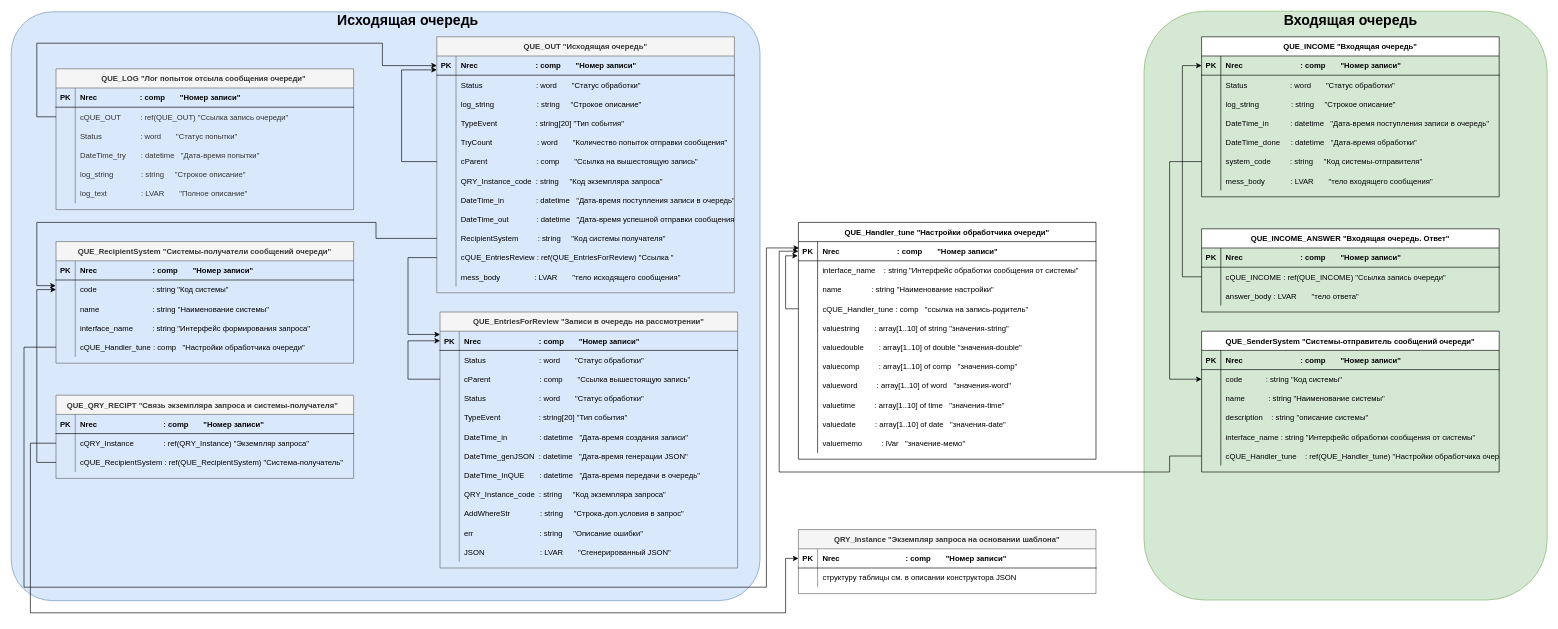
LapushkovDV/sng keeps this draw.io diagram as SNG_QUE/docs/Структура таблиц и взаимосвязь.drawio. Above is the earlier version. Source tidied: cells renumbered, new cells numbered last; positions are measured from the earlier drawing's top-left corner, leaving out a move shared by most shapes. Both pictures are drawn from the tidied source at 64%, with x=0, y=0 at pixel (11, 11).
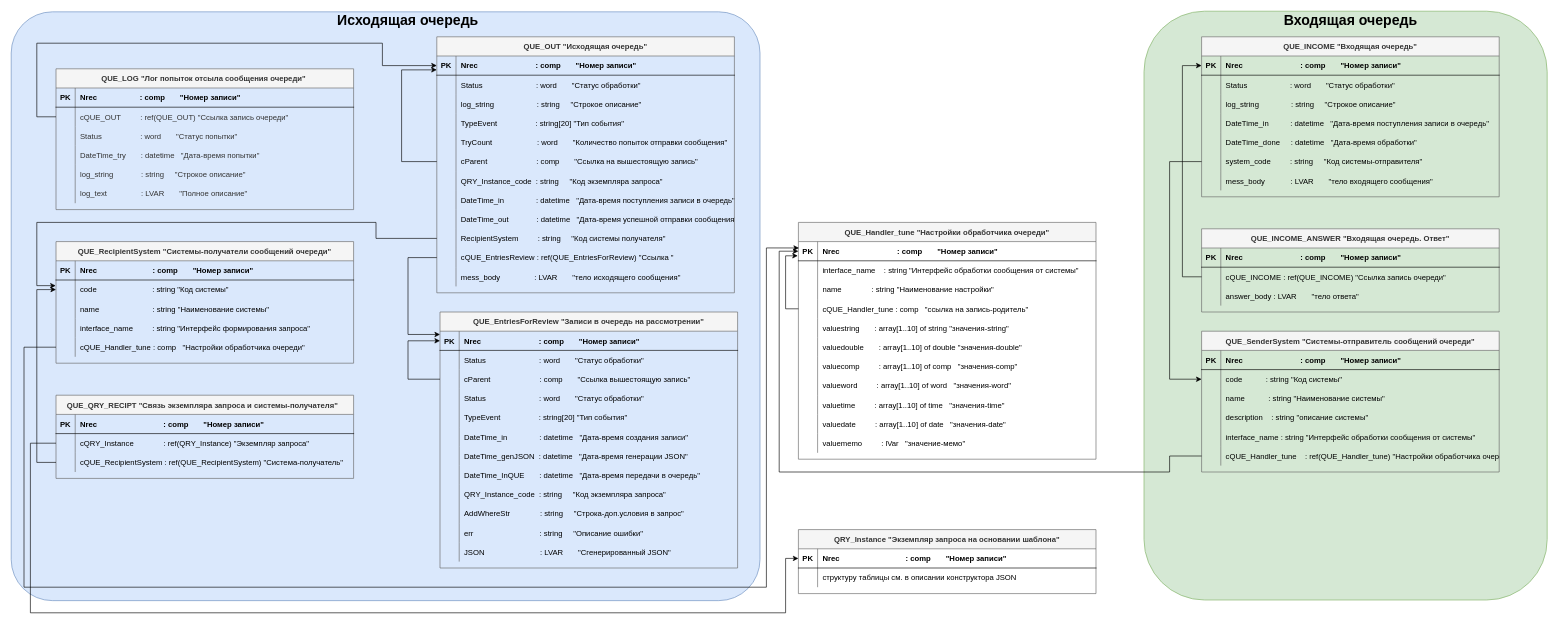
Above is the later version.

The edit, as a diff of the source:
```diff
@@
-    <mxCell id="137" value="QUE_Handler_tune &quot;Настройки обработчика очереди&quot;" style="shape=table;startSize=30;childLayout=tableLayout;rowLines=0;fontStyle=1;align=center;" parent="1" vertex="1">
+    <mxCell id="137" value="QUE_Handler_tune &quot;Настройки обработчика очереди&quot;" style="shape=table;startSize=30;childLayout=tableLayout;rowLines=0;fontStyle=1;align=center;fillColor=#f5f5f5;fontColor=#333333;strokeColor=#666666;" parent="1" vertex="1">
       <mxGeometry x="1230" y="330" width="465" height="370" as="geometry" />
     </mxCell>
@@
-    <mxCell id="172" value="QUE_INCOME &quot;Входящая очередь&quot;" style="shape=table;startSize=30;childLayout=tableLayout;rowLines=0;fontStyle=1;align=center;" parent="1" vertex="1">
+    <mxCell id="172" value="QUE_INCOME &quot;Входящая очередь&quot;" style="shape=table;startSize=30;childLayout=tableLayout;rowLines=0;fontStyle=1;align=center;fillColor=#f5f5f5;fontColor=#333333;strokeColor=#666666;" parent="1" vertex="1">
       <mxGeometry x="1860" y="40" width="465" height="250" as="geometry" />
     </mxCell>
@@
-    <mxCell id="194" value="QUE_INCOME_ANSWER &quot;Входящая очередь. Ответ&quot;" style="shape=table;startSize=30;childLayout=tableLayout;rowLines=0;fontStyle=1;align=center;" parent="1" vertex="1">
+    <mxCell id="194" value="QUE_INCOME_ANSWER &quot;Входящая очередь. Ответ&quot;" style="shape=table;startSize=30;childLayout=tableLayout;rowLines=0;fontStyle=1;align=center;fillColor=#f5f5f5;fontColor=#333333;strokeColor=#666666;" parent="1" vertex="1">
       <mxGeometry x="1860" y="340" width="465" height="130" as="geometry" />
     </mxCell>
@@
-    <mxCell id="205" value="QUE_SenderSystem &quot;Системы-отправитель сообщений очереди&quot;" style="shape=table;startSize=30;childLayout=tableLayout;rowLines=0;fontStyle=1;align=center;" parent="1" vertex="1">
+    <mxCell id="205" value="QUE_SenderSystem &quot;Системы-отправитель сообщений очереди&quot;" style="shape=table;startSize=30;childLayout=tableLayout;rowLines=0;fontStyle=1;align=center;fillColor=#f5f5f5;fontColor=#333333;strokeColor=#666666;" parent="1" vertex="1">
       <mxGeometry x="1860" y="500" width="465" height="220" as="geometry" />
     </mxCell>
```
